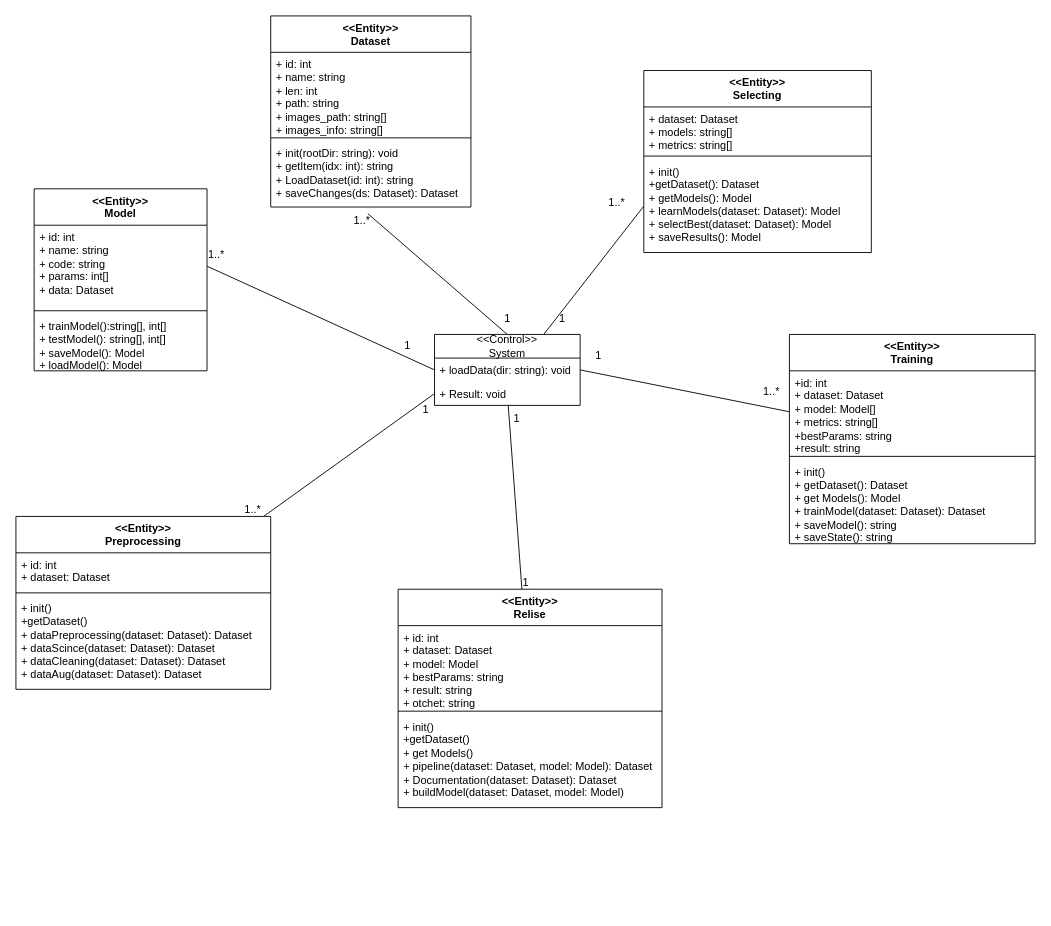
Aleksej1024/mireaDatabases keeps this draw.io diagram as Диаграмма классов.drawio. Above is the earlier version. Source tidied: cells renumbered, new cells numbered last; positions are measured from the earlier drawing's top-left corner, leaving out a move shared by most shapes. Both pictures are drawn from the tidied source at 91%, with x=0, y=0 at pixel (15, 15).
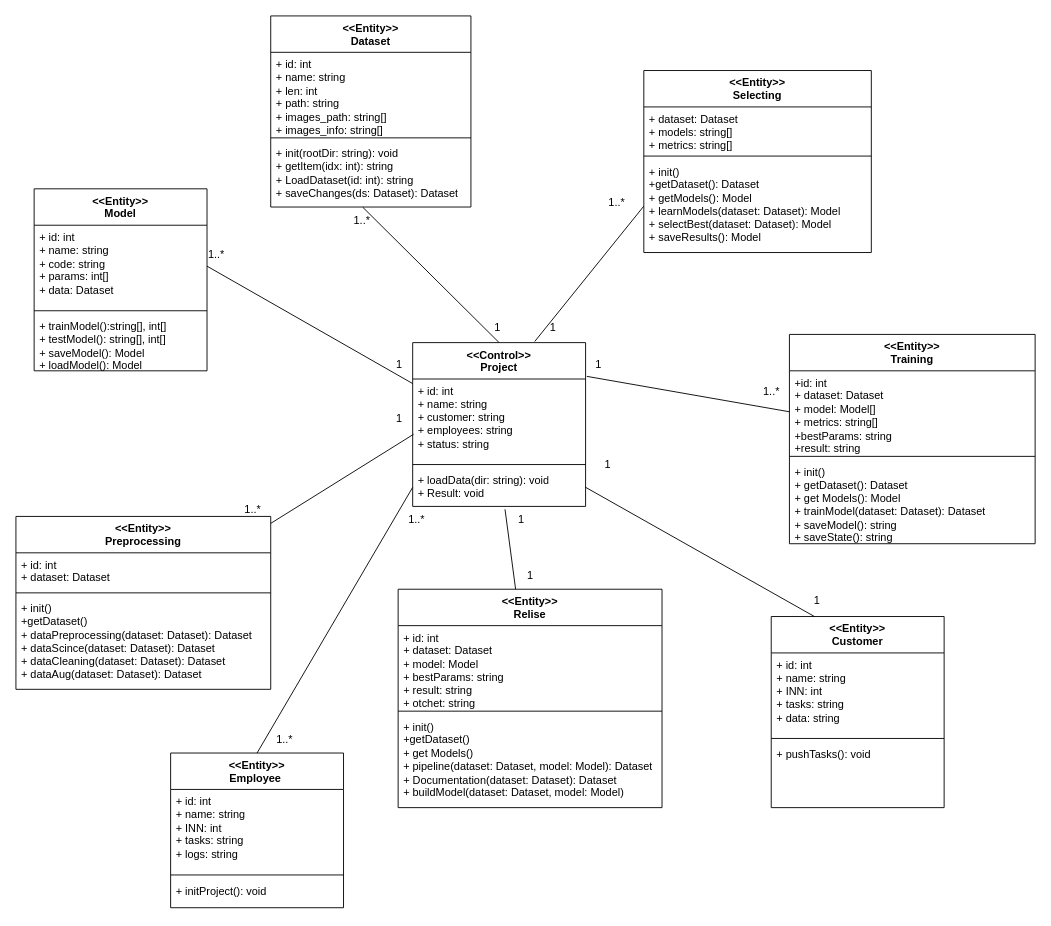
Above is the later version.

Unchanged cells that the change refers to:
```xml
<mxCell id="8" value="+ init(rootDir: string): void&lt;div&gt;+ getItem(idx: int): string&lt;/div&gt;&lt;div&gt;+ LoadDataset(id: int): string&lt;/div&gt;&lt;div&gt;+ saveChanges(ds: Dataset): Dataset&lt;/div&gt;" style="text;strokeColor=none;fillColor=none;align=left;verticalAlign=top;spacingLeft=4;spacingRight=4;overflow=hidden;points=[[0,0.5],[1,0.5]];portConstraint=eastwest;whiteSpace=wrap;html=1;" parent="5" vertex="1">
  <mxGeometry y="138" width="220" height="72" as="geometry" />
</mxCell>
<mxCell id="9" value="&amp;lt;&amp;lt;Entity&amp;gt;&amp;gt;&lt;div&gt;Preprocessing&lt;/div&gt;" style="swimlane;fontStyle=1;align=center;verticalAlign=top;horizontal=1;startSize=40;whiteSpace=wrap;html=1;" parent="1" vertex="1">
  <mxGeometry y="550" width="280" height="190" as="geometry" />
</mxCell>
<mxCell id="16" value="&lt;div&gt;+ init()&lt;/div&gt;&lt;div&gt;+getDataset(): Dataset&lt;/div&gt;+ getModels(): Model&lt;div&gt;+ learnModels(dataset: Dataset): Model&lt;/div&gt;&lt;div&gt;+ selectBest(dataset: Dataset): Model&lt;/div&gt;&lt;div&gt;+ saveResults(): Model&lt;/div&gt;" style="text;strokeColor=none;fillColor=none;align=left;verticalAlign=top;spacingLeft=4;spacingRight=4;overflow=hidden;points=[[0,0.5],[1,0.5]];portConstraint=eastwest;whiteSpace=wrap;html=1;" parent="13" vertex="1">
  <mxGeometry y="98" width="250" height="102" as="geometry" />
</mxCell>
<mxCell id="18" value="&lt;div&gt;+id: int&lt;/div&gt;+ dataset: Dataset&lt;div&gt;+ model: Model[]&lt;/div&gt;&lt;div&gt;+ metrics: string[]&lt;/div&gt;&lt;div&gt;+bestParams: string&lt;/div&gt;&lt;div&gt;+result: string&lt;/div&gt;" style="text;strokeColor=none;fillColor=none;align=left;verticalAlign=top;spacingLeft=4;spacingRight=4;overflow=hidden;points=[[0,0.5],[1,0.5]];portConstraint=eastwest;whiteSpace=wrap;html=1;" parent="17" vertex="1">
  <mxGeometry y="40" width="270" height="90" as="geometry" />
</mxCell>
<mxCell id="21" value="&amp;lt;&amp;lt;Entity&amp;gt;&amp;gt;&lt;div&gt;Relise&lt;/div&gt;" style="swimlane;fontStyle=1;align=center;verticalAlign=top;horizontal=1;startSize=40;whiteSpace=wrap;html=1;" parent="1" vertex="1">
  <mxGeometry x="420" y="630" width="290" height="240" as="geometry" />
</mxCell>
<mxCell id="26" value="&lt;div&gt;+ id: int&lt;br&gt;&lt;/div&gt;+ name: string&lt;div&gt;+ code: string&lt;/div&gt;&lt;div&gt;+ params: int[]&lt;/div&gt;&lt;div&gt;+ data: Dataset&lt;/div&gt;" style="text;strokeColor=none;fillColor=none;align=left;verticalAlign=top;spacingLeft=4;spacingRight=4;overflow=hidden;points=[[0,0.5],[1,0.5]];portConstraint=eastwest;whiteSpace=wrap;html=1;" parent="25" vertex="1">
  <mxGeometry y="40" width="190" height="90" as="geometry" />
</mxCell>
<mxCell id="31" value="1..*" style="text;html=1;align=center;verticalAlign=middle;points=[];strokeColor=none;fillColor=none;" parent="1" vertex="1">
  <mxGeometry x="360" y="210" width="40" height="30" as="geometry" />
</mxCell>
```

Diff of the diagram source:
```diff
@@
-    <mxCell id="2" value="&amp;lt;&amp;lt;Control&amp;gt;&amp;gt;&lt;div&gt;System&lt;/div&gt;" style="swimlane;fontStyle=0;horizontal=1;startSize=26;fillColor=none;whiteSpace=wrap;html=1;" parent="1" vertex="1">
-      <mxGeometry x="460" y="350" width="160" height="78" as="geometry" />
-    </mxCell>
-    <mxCell id="3" value="+ loadData(dir: string): void" style="text;strokeColor=none;fillColor=none;align=left;verticalAlign=top;spacingLeft=4;spacingRight=4;overflow=hidden;points=[[0,0.5],[1,0.5]];portConstraint=eastwest;whiteSpace=wrap;html=1;" parent="2" vertex="1">
-      <mxGeometry y="26" width="160" height="26" as="geometry" />
-    </mxCell>
-    <mxCell id="4" value="+ Result: void" style="text;strokeColor=none;fillColor=none;align=left;verticalAlign=top;spacingLeft=4;spacingRight=4;overflow=hidden;points=[[0,0.5],[1,0.5]];portConstraint=eastwest;whiteSpace=wrap;html=1;" parent="2" vertex="1">
-      <mxGeometry y="52" width="160" height="26" as="geometry" />
-    </mxCell>
@@
-    <mxCell id="29" style="endArrow=none;html=1;rounded=0;exitX=0.5;exitY=0;exitDx=0;exitDy=0;entryX=0.485;entryY=1.101;entryDx=0;entryDy=0;entryPerimeter=0;" parent="1" edge="1" source="2" target="8">
+    <mxCell id="29" style="endArrow=none;html=1;rounded=0;exitX=0.5;exitY=0;exitDx=0;exitDy=0;entryX=0.528;entryY=0.007;entryDx=0;entryDy=0;entryPerimeter=0;" parent="1" edge="1" source="47" target="31">
       <mxGeometry relative="1" as="geometry" />
     </mxCell>
     <mxCell id="30" value="1" style="text;html=1;align=center;verticalAlign=middle;strokeColor=none;fillColor=none;" parent="1" vertex="1">
-      <mxGeometry x="525" y="318" width="30" height="30" as="geometry" />
+      <mxGeometry x="514" y="328" width="30" height="30" as="geometry" />
     </mxCell>
@@
-    <mxCell id="32" style="endArrow=none;html=1;rounded=0;exitX=0.75;exitY=0;exitDx=0;exitDy=0;entryX=0;entryY=0.5;entryDx=0;entryDy=0;" parent="1" edge="1" source="2" target="16">
+    <mxCell id="32" style="endArrow=none;html=1;rounded=0;exitX=0.706;exitY=-0.007;exitDx=0;exitDy=0;entryX=0;entryY=0.5;entryDx=0;entryDy=0;exitPerimeter=0;" parent="1" edge="1" source="47" target="16">
       <mxGeometry relative="1" as="geometry" />
     </mxCell>
     <mxCell id="33" value="1" style="text;html=1;align=center;verticalAlign=middle;strokeColor=none;fillColor=none;" parent="1" vertex="1">
-      <mxGeometry x="585" y="318" width="30" height="30" as="geometry" />
+      <mxGeometry x="575" y="328" width="30" height="30" as="geometry" />
     </mxCell>
@@
-    <mxCell id="35" style="endArrow=none;html=1;rounded=0;entryX=0;entryY=0.5;entryDx=0;entryDy=0;exitX=1;exitY=0.5;exitDx=0;exitDy=0;" parent="1" edge="1" source="26" target="3">
+    <mxCell id="35" style="endArrow=none;html=1;rounded=0;entryX=0;entryY=0.25;entryDx=0;entryDy=0;exitX=1;exitY=0.5;exitDx=0;exitDy=0;" parent="1" edge="1" source="26" target="47">
       <mxGeometry relative="1" as="geometry" />
     </mxCell>
     <mxCell id="36" value="1" style="text;html=1;align=center;verticalAlign=middle;strokeColor=none;fillColor=none;" parent="1" vertex="1">
-      <mxGeometry x="415" y="348" width="30" height="30" as="geometry" />
+      <mxGeometry x="406" y="368" width="30" height="30" as="geometry" />
     </mxCell>
@@
-    <mxCell id="38" style="endArrow=none;html=1;rounded=0;exitX=1;exitY=0.5;exitDx=0;exitDy=0;entryX=0;entryY=0.5;entryDx=0;entryDy=0;" parent="1" edge="1" source="3" target="18">
+    <mxCell id="38" style="endArrow=none;html=1;rounded=0;exitX=1.007;exitY=0.206;exitDx=0;exitDy=0;entryX=0;entryY=0.5;entryDx=0;entryDy=0;exitPerimeter=0;" parent="1" edge="1" source="47" target="18">
       <mxGeometry relative="1" as="geometry" />
     </mxCell>
     <mxCell id="39" value="1" style="text;html=1;align=center;verticalAlign=middle;strokeColor=none;fillColor=none;" parent="1" vertex="1">
-      <mxGeometry x="625" y="358" width="30" height="30" as="geometry" />
+      <mxGeometry x="625" y="368" width="30" height="30" as="geometry" />
     </mxCell>
@@
-    <mxCell id="41" style="endArrow=none;html=1;rounded=0;" parent="1" edge="1" source="4" target="21">
+    <mxCell id="41" style="endArrow=none;html=1;rounded=0;exitX=0.534;exitY=1.075;exitDx=0;exitDy=0;exitPerimeter=0;" parent="1" edge="1" source="50" target="21">
       <mxGeometry relative="1" as="geometry" />
     </mxCell>
     <mxCell id="42" value="1" style="text;html=1;align=center;verticalAlign=middle;strokeColor=none;fillColor=none;" parent="1" vertex="1">
-      <mxGeometry x="535" y="428" width="30" height="30" as="geometry" />
+      <mxGeometry x="540" y="539" width="30" height="30" as="geometry" />
     </mxCell>
     <mxCell id="43" value="1" style="text;html=1;align=center;verticalAlign=middle;strokeColor=none;fillColor=none;" parent="1" vertex="1">
-      <mxGeometry x="545" y="608" width="30" height="30" as="geometry" />
+      <mxGeometry x="550" y="600" width="30" height="30" as="geometry" />
     </mxCell>
-    <mxCell id="44" style="endArrow=none;html=1;rounded=0;entryX=0;entryY=0.5;entryDx=0;entryDy=0;" parent="1" edge="1" source="9" target="4">
+    <mxCell id="44" style="endArrow=none;html=1;rounded=0;entryX=0.005;entryY=0.675;entryDx=0;entryDy=0;entryPerimeter=0;" parent="1" edge="1" source="9" target="48">
       <mxGeometry relative="1" as="geometry" />
     </mxCell>
     <mxCell id="45" value="1" style="text;html=1;align=center;verticalAlign=middle;strokeColor=none;fillColor=none;" parent="1" vertex="1">
-      <mxGeometry x="435" y="418" width="30" height="30" as="geometry" />
+      <mxGeometry x="406" y="428" width="30" height="30" as="geometry" />
     </mxCell>
@@
+    <mxCell id="47" value="&amp;lt;&amp;lt;Control&amp;gt;&amp;gt;&lt;div&gt;Project&lt;/div&gt;" style="swimlane;fontStyle=1;align=center;verticalAlign=top;horizontal=1;startSize=40;whiteSpace=wrap;html=1;" parent="1" vertex="1">
+      <mxGeometry x="436" y="359" width="190" height="180" as="geometry" />
+    </mxCell>
+    <mxCell id="48" value="&lt;div&gt;+ id: int&lt;br&gt;&lt;/div&gt;+ name: string&lt;div&gt;+ customer: string&lt;/div&gt;&lt;div&gt;+&amp;nbsp;employees: string&lt;/div&gt;&lt;div&gt;+ status: string&amp;nbsp;&lt;/div&gt;" style="text;strokeColor=none;fillColor=none;align=left;verticalAlign=top;spacingLeft=4;spacingRight=4;overflow=hidden;points=[[0,0.5],[1,0.5]];portConstraint=eastwest;whiteSpace=wrap;html=1;" parent="47" vertex="1">
+      <mxGeometry y="40" width="190" height="90" as="geometry" />
+    </mxCell>
+    <mxCell id="49" style="line;strokeWidth=1;fillColor=none;align=left;verticalAlign=middle;spacingTop=-1;spacingLeft=3;spacingRight=3;labelPosition=right;strokeColor=inherit;" parent="47" vertex="1">
+      <mxGeometry y="130" width="190" height="8" as="geometry" />
+    </mxCell>
+    <mxCell id="50" value="&lt;div&gt;+ loadData(dir: string): void&lt;br&gt;&lt;/div&gt;+ Result: void" style="text;strokeColor=none;fillColor=none;align=left;verticalAlign=top;spacingLeft=4;spacingRight=4;overflow=hidden;points=[[0,0.5],[1,0.5]];portConstraint=eastwest;whiteSpace=wrap;html=1;" parent="47" vertex="1">
+      <mxGeometry y="138" width="190" height="42" as="geometry" />
+    </mxCell>
+    <mxCell id="51" value="&amp;lt;&amp;lt;Entity&amp;gt;&amp;gt;&lt;div&gt;Customer&lt;/div&gt;" style="swimlane;fontStyle=1;align=center;verticalAlign=top;horizontal=1;startSize=40;whiteSpace=wrap;html=1;" parent="1" vertex="1">
+      <mxGeometry x="830" y="660" width="190" height="210" as="geometry" />
+    </mxCell>
+    <mxCell id="52" value="&lt;div&gt;+ id: int&lt;br&gt;&lt;/div&gt;+ name: string&lt;div&gt;+ INN: int&amp;nbsp;&lt;br&gt;+ tasks: string&lt;/div&gt;&lt;div&gt;+ data: string&lt;/div&gt;" style="text;strokeColor=none;fillColor=none;align=left;verticalAlign=top;spacingLeft=4;spacingRight=4;overflow=hidden;whiteSpace=wrap;html=1;" parent="51" vertex="1">
+      <mxGeometry y="40" width="190" height="90" as="geometry" />
+    </mxCell>
+    <mxCell id="53" style="line;strokeWidth=1;fillColor=none;align=left;verticalAlign=middle;spacingTop=-1;spacingLeft=3;spacingRight=3;labelPosition=right;strokeColor=inherit;" parent="51" vertex="1">
+      <mxGeometry y="130" width="190" height="8" as="geometry" />
+    </mxCell>
+    <mxCell id="54" value="&lt;span style=&quot;background-color: initial;&quot;&gt;+ pushTasks(): void&lt;/span&gt;" style="text;strokeColor=none;fillColor=none;align=left;verticalAlign=top;spacingLeft=4;spacingRight=4;overflow=hidden;whiteSpace=wrap;html=1;" parent="51" vertex="1">
+      <mxGeometry y="138" width="190" height="72" as="geometry" />
+    </mxCell>
+    <mxCell id="55" style="endArrow=none;html=1;rounded=0;entryX=1;entryY=0.5;entryDx=0;entryDy=0;exitX=0.25;exitY=0;exitDx=0;exitDy=0;" parent="1" edge="1" source="51" target="50">
+      <mxGeometry relative="1" as="geometry" />
+    </mxCell>
+    <mxCell id="56" value="1" style="text;html=1;align=center;verticalAlign=middle;strokeColor=none;fillColor=none;" parent="1" vertex="1">
+      <mxGeometry x="635" y="478" width="30" height="30" as="geometry" />
+    </mxCell>
+    <mxCell id="57" value="1" style="text;html=1;align=center;verticalAlign=middle;strokeColor=none;fillColor=none;" parent="1" vertex="1">
+      <mxGeometry x="865" y="628" width="30" height="30" as="geometry" />
+    </mxCell>
+    <mxCell id="58" value="&amp;lt;&amp;lt;Entity&amp;gt;&amp;gt;&lt;div&gt;Employee&amp;nbsp;&lt;/div&gt;" style="swimlane;fontStyle=1;align=center;verticalAlign=top;horizontal=1;startSize=40;whiteSpace=wrap;html=1;" parent="1" vertex="1">
+      <mxGeometry x="170" y="810" width="190" height="170" as="geometry" />
+    </mxCell>
+    <mxCell id="59" value="&lt;div&gt;+ id: int&lt;br&gt;&lt;/div&gt;+ name: string&lt;div&gt;+ INN: int&amp;nbsp;&lt;br&gt;+ tasks: string&lt;/div&gt;&lt;div&gt;+ logs: string&lt;/div&gt;" style="text;strokeColor=none;fillColor=none;align=left;verticalAlign=top;spacingLeft=4;spacingRight=4;overflow=hidden;whiteSpace=wrap;html=1;" parent="58" vertex="1">
+      <mxGeometry y="40" width="190" height="90" as="geometry" />
+    </mxCell>
+    <mxCell id="60" style="line;strokeWidth=1;fillColor=none;align=left;verticalAlign=middle;spacingTop=-1;spacingLeft=3;spacingRight=3;labelPosition=right;strokeColor=inherit;" parent="58" vertex="1">
+      <mxGeometry y="130" width="190" height="8" as="geometry" />
+    </mxCell>
+    <mxCell id="61" value="+ initProject(): void" style="text;strokeColor=none;fillColor=none;align=left;verticalAlign=top;spacingLeft=4;spacingRight=4;overflow=hidden;whiteSpace=wrap;html=1;" parent="58" vertex="1">
+      <mxGeometry y="138" width="190" height="32" as="geometry" />
+    </mxCell>
+    <mxCell id="62" style="endArrow=none;html=1;rounded=0;entryX=0;entryY=0.5;entryDx=0;entryDy=0;exitX=0.5;exitY=0;exitDx=0;exitDy=0;" parent="1" edge="1" source="58" target="50">
+      <mxGeometry relative="1" as="geometry" />
+    </mxCell>
+    <mxCell id="63" value="1..*" style="text;html=1;align=center;verticalAlign=middle;strokeColor=none;fillColor=none;" parent="1" vertex="1">
+      <mxGeometry x="275" y="780" width="40" height="30" as="geometry" />
+    </mxCell>
+    <mxCell id="64" value="1..*" style="text;html=1;align=center;verticalAlign=middle;strokeColor=none;fillColor=none;" parent="1" vertex="1">
+      <mxGeometry x="420" y="539" width="40" height="30" as="geometry" />
+    </mxCell>
```
